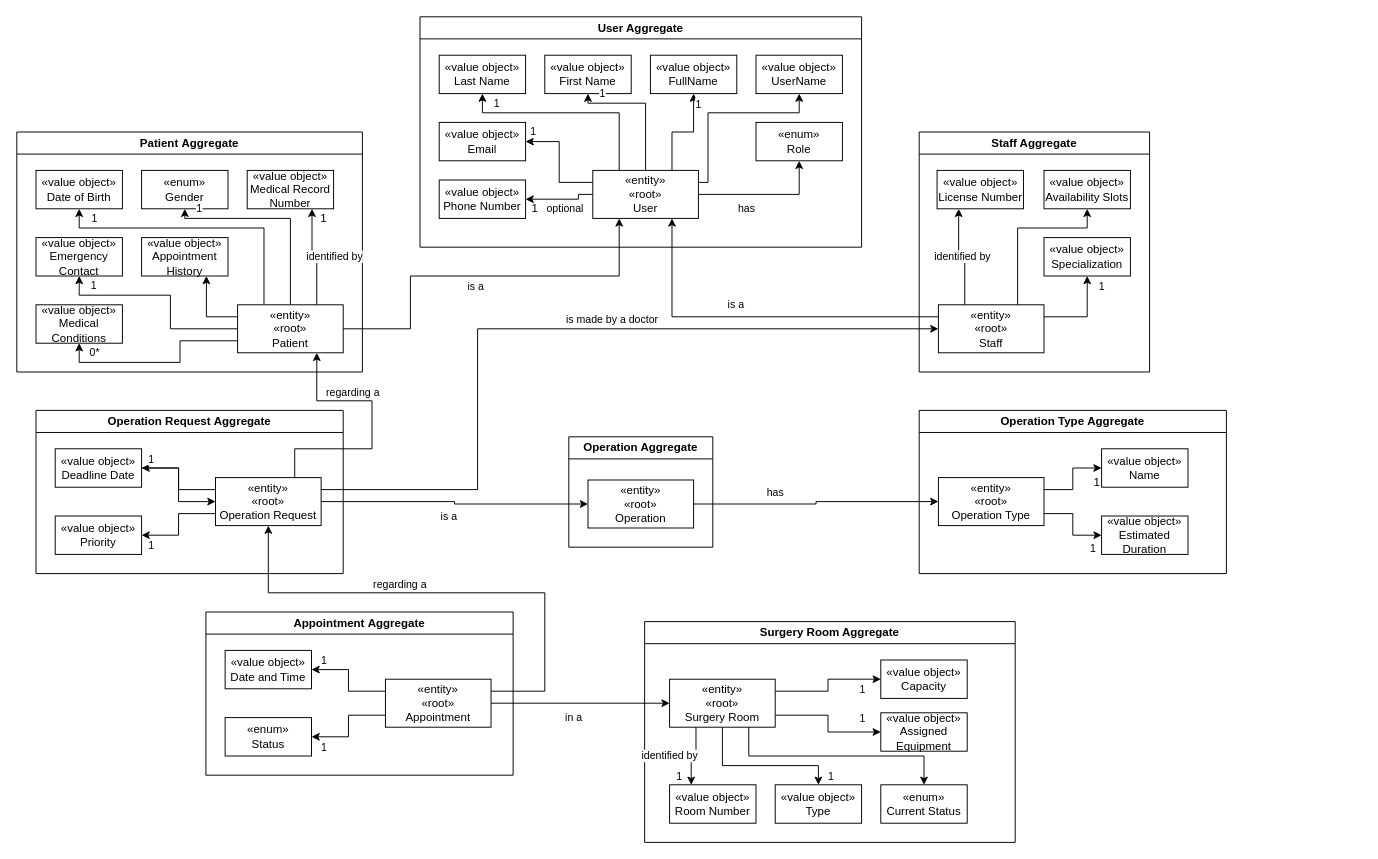
AlexandreRibeiro1220647/LAPR5_Backend keeps this draw.io diagram as docs/modelodominio/MD.drawio. Above is the earlier version. Source tidied: cells renumbered, new cells numbered last; positions are measured from the earlier drawing's top-left corner, leaving out a move shared by most shapes. Both pictures are drawn from the tidied source at 96%, with x=0, y=0 at pixel (16, 16).
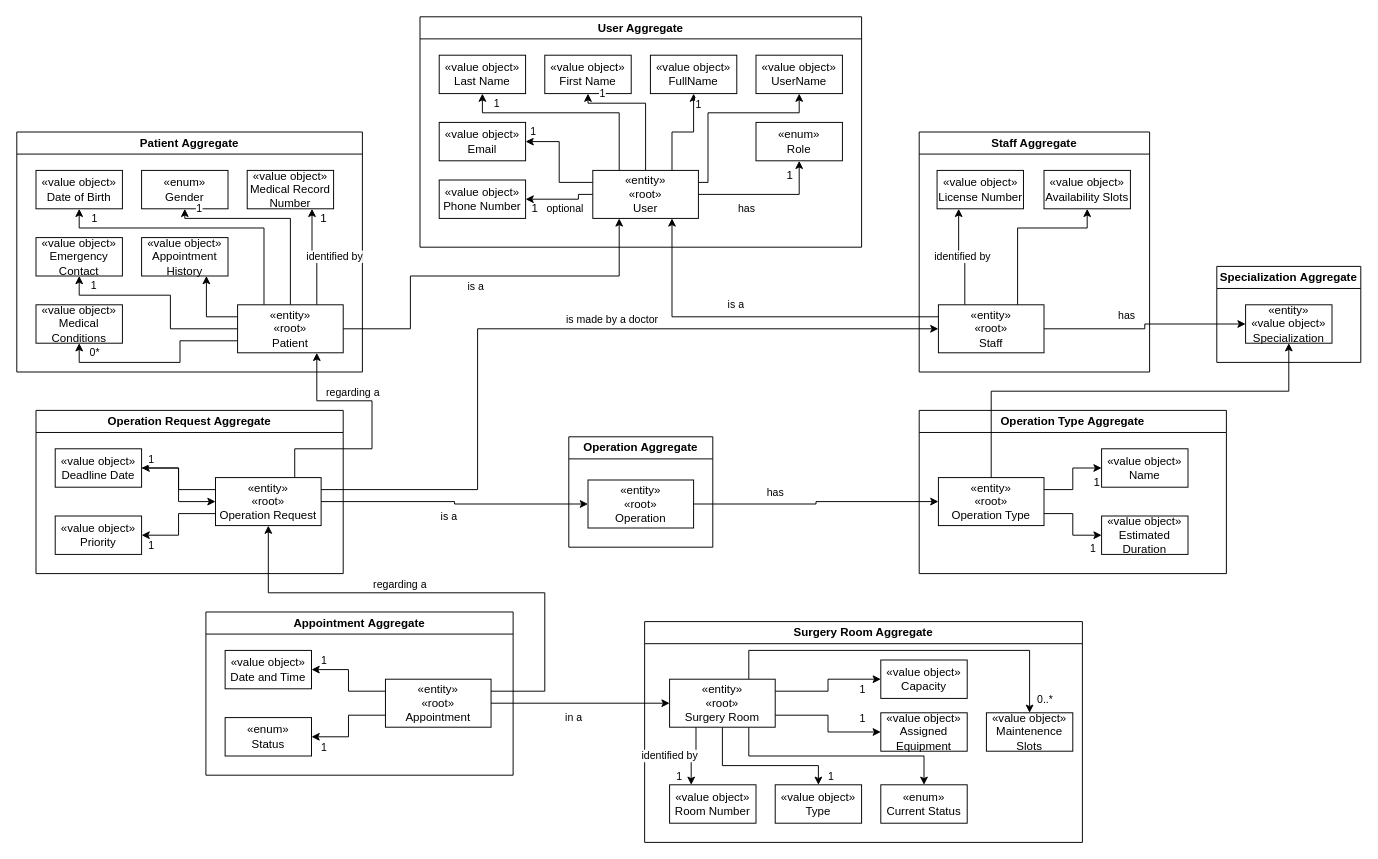
After the change.

Commit message:
#24 Domain Model updated

The change refers to these unchanged cells:
```xml
<mxCell id="12" value="«entity»&lt;div&gt;«root»&lt;br&gt;&lt;div&gt;&lt;div&gt;Surgery Room&lt;/div&gt;&lt;/div&gt;&lt;/div&gt;" style="rounded=0;whiteSpace=wrap;html=1;" parent="2" vertex="1">
  <mxGeometry x="26" y="60" width="110" height="50" as="geometry" />
</mxCell>
<mxCell id="19" value="User Aggregate" style="swimlane;whiteSpace=wrap;html=1;" parent="1" vertex="1">
  <mxGeometry x="420" width="460" height="240" as="geometry" />
</mxCell>
<mxCell id="53" value="Staff Aggregate" style="swimlane;whiteSpace=wrap;html=1;" parent="1" vertex="1">
  <mxGeometry x="940" y="120" width="240" height="250" as="geometry" />
</mxCell>
<mxCell id="60" value="«entity»&lt;div&gt;«root»&lt;/div&gt;&lt;div&gt;&lt;div&gt;&lt;div&gt;Staff&lt;/div&gt;&lt;/div&gt;&lt;/div&gt;" style="rounded=0;whiteSpace=wrap;html=1;" parent="53" vertex="1">
  <mxGeometry x="20" y="180" width="110" height="50" as="geometry" />
</mxCell>
<mxCell id="76" value="«entity»&lt;div&gt;«root»&lt;br&gt;&lt;div&gt;&lt;div&gt;Operation Type&lt;/div&gt;&lt;/div&gt;&lt;/div&gt;" style="rounded=0;whiteSpace=wrap;html=1;" parent="70" vertex="1">
  <mxGeometry x="20" y="70" width="110" height="50" as="geometry" />
</mxCell>
```

What changed in the source:
```diff
@@
     <mxCell id="2" value="Surgery Room Aggregate" style="swimlane;whiteSpace=wrap;html=1;" parent="1" vertex="1">
-      <mxGeometry x="654" y="630" width="386" height="230" as="geometry" />
+      <mxGeometry x="654" y="630" width="456" height="230" as="geometry" />
     </mxCell>
@@
+    <mxCell id="99" style="edgeStyle=orthogonalEdgeStyle;rounded=0;jettySize=auto;html=1;exitX=0.75;exitY=0;exitDx=0;exitDy=0;entryX=0.5;entryY=0;entryDx=0;entryDy=0;" parent="2" edge="1" source="12" target="101">
+      <mxGeometry relative="1" as="geometry">
+        <Array as="points">
+          <mxPoint x="109" y="30" />
+          <mxPoint x="401" y="30" />
+        </Array>
+      </mxGeometry>
+    </mxCell>
+    <mxCell id="100" value="0..*" style="edgeLabel;html=1;align=center;verticalAlign=middle;" parent="99" vertex="1">
+      <mxGeometry x="0.87" y="-2" relative="1" as="geometry">
+        <mxPoint x="17" y="11" as="offset" />
+      </mxGeometry>
+    </mxCell>
@@
+    <mxCell id="101" value="«value object»&lt;div&gt;Maintenen&lt;span style=&quot;background-color: initial;&quot;&gt;ce Slots&lt;/span&gt;&lt;/div&gt;" style="rounded=0;whiteSpace=wrap;html=1;" parent="2" vertex="1">
+      <mxGeometry x="356" y="95" width="90" height="40" as="geometry" />
+    </mxCell>
@@
+    <mxCell id="58" value="1" style="text;html=1;align=center;verticalAlign=middle;strokeColor=none;fillColor=none;" parent="19" vertex="1">
+      <mxGeometry x="370" y="150" width="30" height="30" as="geometry" />
+    </mxCell>
@@
-    <mxCell id="55" value="«value object»&lt;div&gt;Specialization&lt;br&gt;&lt;/div&gt;" style="rounded=0;whiteSpace=wrap;html=1;" parent="53" vertex="1">
-      <mxGeometry x="130" y="110" width="90" height="40" as="geometry" />
-    </mxCell>
@@
-    <mxCell id="58" value="1" style="edgeStyle=orthogonalEdgeStyle;rounded=0;jettySize=auto;html=1;exitX=1;exitY=0.25;exitDx=0;exitDy=0;entryX=0.5;entryY=1;entryDx=0;entryDy=0;" parent="53" edge="1" source="60" target="55">
-      <mxGeometry x="0.77" y="-15" relative="1" as="geometry" />
-    </mxCell>
@@
+    <mxCell id="102" value="Specialization&lt;span style=&quot;background-color: initial;&quot;&gt;&amp;nbsp;Aggregate&lt;/span&gt;" style="swimlane;whiteSpace=wrap;html=1;" parent="1" vertex="1">
+      <mxGeometry x="1250" y="260" width="150" height="100" as="geometry" />
+    </mxCell>
+    <mxCell id="55" value="&lt;div&gt;«entity&lt;span style=&quot;background-color: initial;&quot;&gt;»&lt;/span&gt;&lt;br&gt;&lt;/div&gt;«value object»&lt;div&gt;Specialization&lt;br&gt;&lt;/div&gt;" style="rounded=0;whiteSpace=wrap;html=1;" parent="102" vertex="1">
+      <mxGeometry x="30" y="40" width="90" height="40" as="geometry" />
+    </mxCell>
+    <mxCell id="103" style="edgeStyle=orthogonalEdgeStyle;rounded=0;jettySize=auto;html=1;exitX=1;exitY=0.5;exitDx=0;exitDy=0;entryX=0;entryY=0.5;entryDx=0;entryDy=0;" parent="1" edge="1" source="60" target="55">
+      <mxGeometry relative="1" as="geometry" />
+    </mxCell>
+    <mxCell id="104" value="has" style="edgeLabel;html=1;align=center;verticalAlign=middle;" parent="103" vertex="1">
+      <mxGeometry x="-0.21" y="2" relative="1" as="geometry">
+        <mxPoint y="-13" as="offset" />
+      </mxGeometry>
+    </mxCell>
+    <mxCell id="105" style="edgeStyle=orthogonalEdgeStyle;rounded=0;jettySize=auto;html=1;exitX=0.5;exitY=0;exitDx=0;exitDy=0;entryX=0.5;entryY=1;entryDx=0;entryDy=0;" parent="1" edge="1" source="76" target="55">
+      <mxGeometry relative="1" as="geometry">
+        <Array as="points">
+          <mxPoint x="1015" y="390" />
+          <mxPoint x="1325" y="390" />
+        </Array>
+      </mxGeometry>
+    </mxCell>
```
